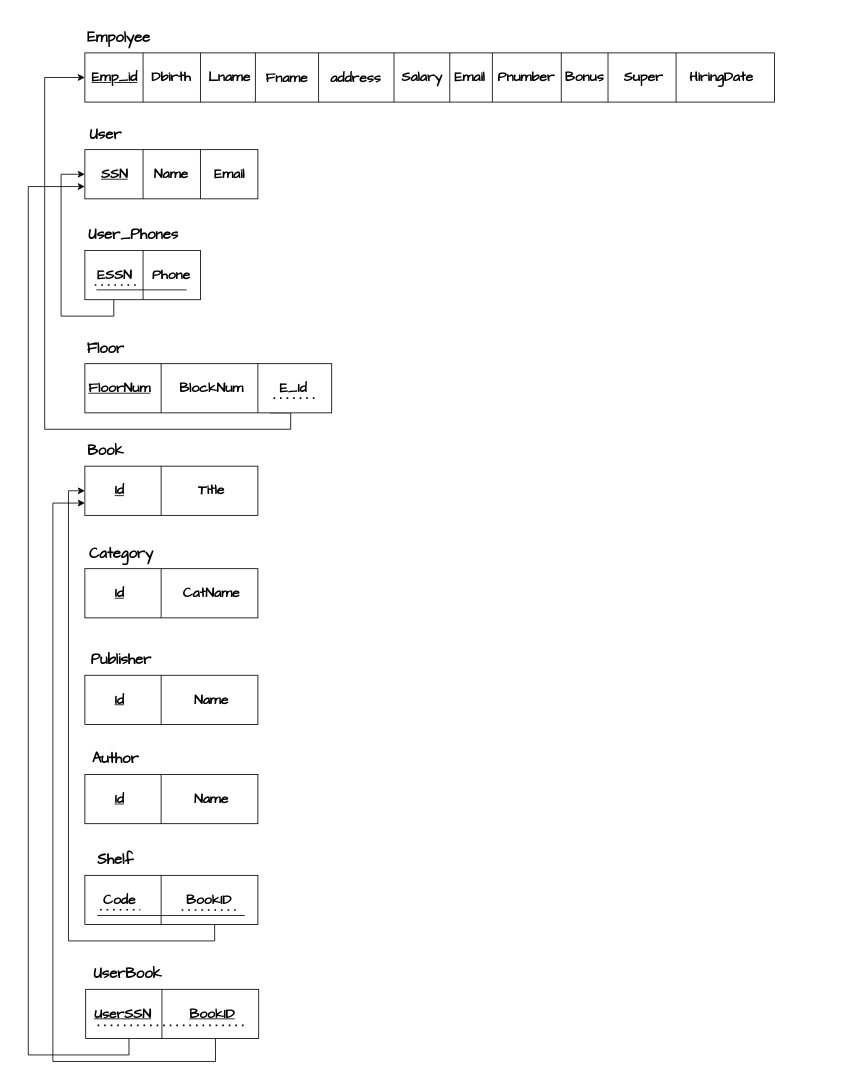
The draw.io diagram Mapping6.drawio in you22ef/ERDs, before the edit. Source tidied: cells renumbered, new cells numbered last; positions are measured from the earlier drawing's top-left corner, leaving out a move shared by most shapes. Both pictures are drawn from the tidied source at 82%, with x=0, y=0 at pixel (28, 20).
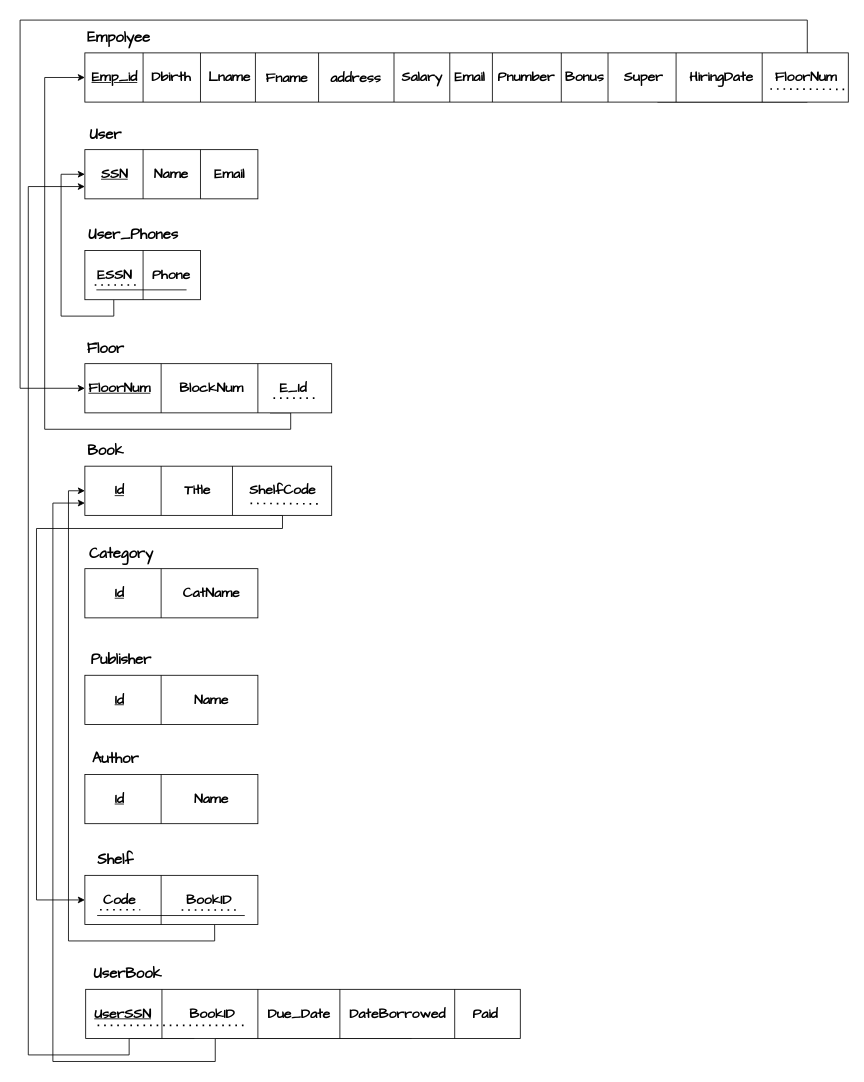
Above is the later version.

The change refers to these unchanged cells:
```xml
<mxCell id="40" style="rounded=0;whiteSpace=wrap;html=1;fontFamily=Architects Daughter;" parent="1" vertex="1">
  <mxGeometry x="69" y="418" width="301" height="60" as="geometry" />
</mxCell>
<mxCell id="66" style="rounded=0;whiteSpace=wrap;html=1;fontFamily=Architects Daughter;" parent="1" vertex="1">
  <mxGeometry x="69" y="1042" width="211" height="60" as="geometry" />
</mxCell>
```

Change to the diagram source:
```diff
@@
+    <mxCell id="87" style="edgeStyle=orthogonalEdgeStyle;rounded=0;jettySize=auto;html=1;exitX=0.75;exitY=1;exitDx=0;exitDy=0;entryX=0;entryY=0.5;entryDx=0;entryDy=0;" parent="1" edge="1" source="2" target="40">
+      <mxGeometry relative="1" as="geometry">
+        <Array as="points">
+          <mxPoint x="950" y="99" />
+          <mxPoint x="950" y="-1" />
+          <mxPoint x="-10" y="-1" />
+          <mxPoint x="-10" y="448" />
+        </Array>
+      </mxGeometry>
+    </mxCell>
     <mxCell id="2" style="rounded=0;whiteSpace=wrap;html=1;fontFamily=Architects Daughter;" parent="1" vertex="1">
-      <mxGeometry x="69" y="39" width="841" height="60" as="geometry" />
+      <mxGeometry x="69" y="39" width="931" height="60" as="geometry" />
     </mxCell>
@@
+    <mxCell id="88" style="edgeStyle=orthogonalEdgeStyle;rounded=0;jettySize=auto;html=1;exitX=0.75;exitY=1;exitDx=0;exitDy=0;entryX=0;entryY=0.5;entryDx=0;entryDy=0;" parent="1" edge="1" source="45" target="66">
+      <mxGeometry relative="1" as="geometry">
+        <Array as="points">
+          <mxPoint x="310" y="603" />
+          <mxPoint x="310" y="619" />
+          <mxPoint x="10" y="619" />
+          <mxPoint x="10" y="1072" />
+        </Array>
+      </mxGeometry>
+    </mxCell>
     <mxCell id="45" style="rounded=0;whiteSpace=wrap;html=1;fontFamily=Architects Daughter;" parent="1" vertex="1">
-      <mxGeometry x="69" y="543" width="211" height="60" as="geometry" />
+      <mxGeometry x="69" y="543" width="301" height="60" as="geometry" />
     </mxCell>
@@
     <mxCell id="48" value="&lt;font style=&quot;font-size: 17px;&quot;&gt;&lt;b&gt;Title&lt;/b&gt;&lt;/font&gt;" style="text;html=1;align=center;verticalAlign=middle;strokeColor=none;fillColor=none;fontFamily=Architects Daughter;" parent="1" vertex="1">
-      <mxGeometry x="193" y="558" width="60" height="30" as="geometry" />
+      <mxGeometry x="176" y="558" width="60" height="30" as="geometry" />
     </mxCell>
@@
     <mxCell id="65" style="edgeStyle=orthogonalEdgeStyle;rounded=0;jettySize=auto;html=1;exitX=0.75;exitY=1;exitDx=0;exitDy=0;entryX=0;entryY=0.5;entryDx=0;entryDy=0;" parent="1" edge="1" source="66" target="45">
-      <mxGeometry relative="1" as="geometry" />
+      <mxGeometry relative="1" as="geometry">
+        <Array as="points">
+          <mxPoint x="227" y="1122" />
+          <mxPoint x="49" y="1122" />
+          <mxPoint x="49" y="573" />
+        </Array>
+      </mxGeometry>
     </mxCell>
@@
     <mxCell id="81" style="rounded=0;whiteSpace=wrap;html=1;fontFamily=Architects Daughter;" parent="1" vertex="1">
-      <mxGeometry x="70" y="1181" width="211" height="60" as="geometry" />
+      <mxGeometry x="70" y="1181" width="530" height="60" as="geometry" />
     </mxCell>
@@
-    <mxCell id="84" value="&lt;font style=&quot;font-size: 17px;&quot;&gt;&lt;b&gt;BookID&lt;/b&gt;&lt;/font&gt;" style="text;html=1;align=center;verticalAlign=middle;strokeColor=none;fillColor=none;fontFamily=Architects Daughter;fontStyle=4;" parent="1" vertex="1">
+    <mxCell id="84" value="&lt;font style=&quot;font-size: 17px;&quot;&gt;&lt;b&gt;BookID&lt;/b&gt;&lt;/font&gt;" style="text;html=1;align=center;verticalAlign=middle;strokeColor=none;fillColor=none;fontFamily=Architects Daughter;fontStyle=0;" parent="1" vertex="1">
       <mxGeometry x="184" y="1196" width="80" height="30" as="geometry" />
     </mxCell>
@@
+    <mxCell id="89" style="endArrow=none;html=1;rounded=0;fontFamily=Architects Daughter;" parent="1" edge="1">
+      <mxGeometry relative="1" as="geometry">
+        <mxPoint x="280" y="1241" as="sourcePoint" />
+        <mxPoint x="280" y="1181" as="targetPoint" />
+      </mxGeometry>
+    </mxCell>
+    <mxCell id="90" value="&lt;font style=&quot;font-size: 17px;&quot;&gt;&lt;b&gt;Due_Date&lt;/b&gt;&lt;/font&gt;" style="text;html=1;align=center;verticalAlign=middle;strokeColor=none;fillColor=none;fontFamily=Architects Daughter;fontStyle=0;" parent="1" vertex="1">
+      <mxGeometry x="280" y="1196" width="100" height="30" as="geometry" />
+    </mxCell>
+    <mxCell id="91" style="endArrow=none;html=1;rounded=0;fontFamily=Architects Daughter;" parent="1" edge="1">
+      <mxGeometry relative="1" as="geometry">
+        <mxPoint x="380" y="1241" as="sourcePoint" />
+        <mxPoint x="380" y="1181" as="targetPoint" />
+      </mxGeometry>
+    </mxCell>
+    <mxCell id="92" value="&lt;font style=&quot;font-size: 17px;&quot;&gt;&lt;b&gt;DateBorrowed&lt;/b&gt;&lt;/font&gt;" style="text;html=1;align=center;verticalAlign=middle;strokeColor=none;fillColor=none;fontFamily=Architects Daughter;fontStyle=0;" parent="1" vertex="1">
+      <mxGeometry x="380" y="1196" width="140" height="30" as="geometry" />
+    </mxCell>
+    <mxCell id="93" style="endArrow=none;html=1;rounded=0;fontFamily=Architects Daughter;" parent="1" edge="1">
+      <mxGeometry relative="1" as="geometry">
+        <mxPoint x="520" y="1241" as="sourcePoint" />
+        <mxPoint x="520" y="1181" as="targetPoint" />
+      </mxGeometry>
+    </mxCell>
+    <mxCell id="94" value="&lt;font style=&quot;font-size: 17px;&quot;&gt;&lt;b&gt;Paid&lt;/b&gt;&lt;/font&gt;" style="text;html=1;align=center;verticalAlign=middle;strokeColor=none;fillColor=none;fontFamily=Architects Daughter;fontStyle=0;" parent="1" vertex="1">
+      <mxGeometry x="532" y="1196" width="50" height="30" as="geometry" />
+    </mxCell>
+    <mxCell id="95" style="endArrow=none;html=1;rounded=0;fontFamily=Architects Daughter;" parent="1" edge="1">
+      <mxGeometry relative="1" as="geometry">
+        <mxPoint x="895" y="99" as="sourcePoint" />
+        <mxPoint x="895" y="39" as="targetPoint" />
+      </mxGeometry>
+    </mxCell>
+    <mxCell id="96" value="&lt;font style=&quot;font-size: 17px;&quot;&gt;&lt;b&gt;FloorNum&lt;/b&gt;&lt;/font&gt;" style="text;html=1;align=center;verticalAlign=middle;strokeColor=none;fillColor=none;fontFamily=Architects Daughter;" parent="1" vertex="1">
+      <mxGeometry x="898" y="54" width="100" height="30" as="geometry" />
+    </mxCell>
+    <mxCell id="97" style="endArrow=none;dashed=1;html=1;dashPattern=1 3;strokeWidth=2;rounded=0;" parent="1" edge="1">
+      <mxGeometry relative="1" as="geometry">
+        <mxPoint x="905" y="83" as="sourcePoint" />
+        <mxPoint x="1000" y="83.5" as="targetPoint" />
+      </mxGeometry>
+    </mxCell>
+    <mxCell id="98" style="endArrow=none;html=1;rounded=0;fontFamily=Architects Daughter;" parent="1" edge="1">
+      <mxGeometry relative="1" as="geometry">
+        <mxPoint x="249" y="603" as="sourcePoint" />
+        <mxPoint x="249" y="543" as="targetPoint" />
+      </mxGeometry>
+    </mxCell>
+    <mxCell id="99" value="&lt;font style=&quot;font-size: 17px;&quot;&gt;&lt;b&gt;ShelfCode&lt;/b&gt;&lt;/font&gt;" style="text;html=1;align=center;verticalAlign=middle;strokeColor=none;fillColor=none;fontFamily=Architects Daughter;" parent="1" vertex="1">
+      <mxGeometry x="260" y="558" width="100" height="30" as="geometry" />
+    </mxCell>
+    <mxCell id="100" style="endArrow=none;dashed=1;html=1;dashPattern=1 3;strokeWidth=2;rounded=0;exitX=0.02;exitY=1.013;exitDx=0;exitDy=0;exitPerimeter=0;" parent="1" edge="1">
+      <mxGeometry relative="1" as="geometry">
+        <mxPoint x="271" y="588.4" as="sourcePoint" />
+        <mxPoint x="358" y="589" as="targetPoint" />
+      </mxGeometry>
+    </mxCell>
```
